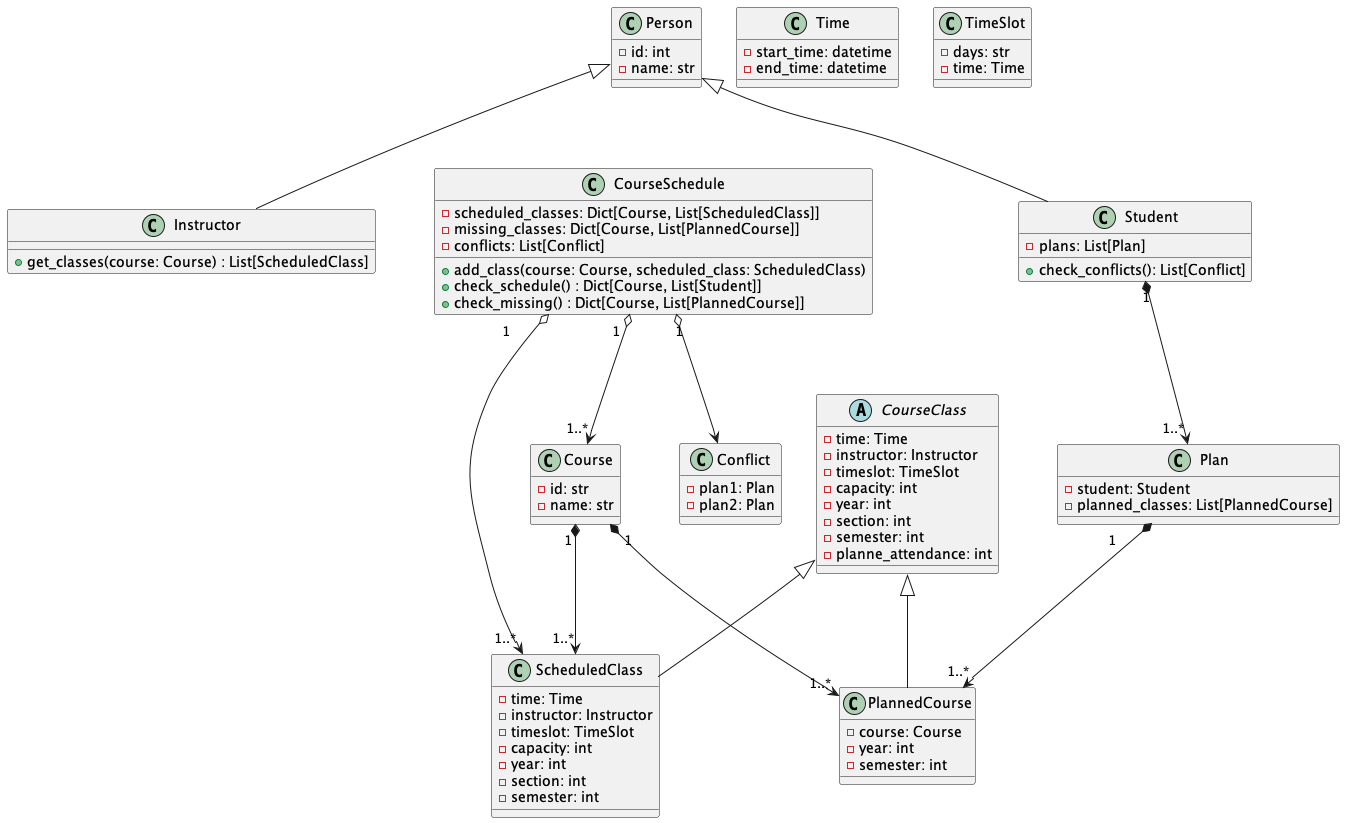
The PlantUML diagram out/uml/uml.png in ladew222/studentcourseplanner, before a commit.
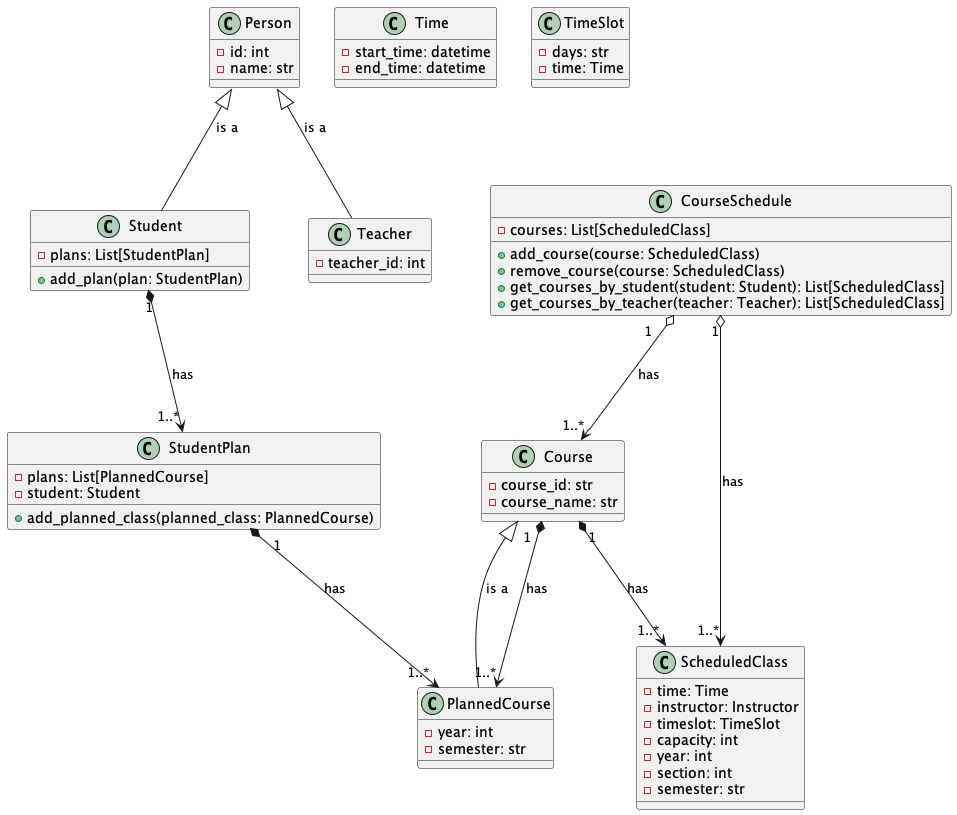
Above is the later version.

Commit message:
main update to find conflicts

Change to the diagram source:
```diff
@@ -1,4 +1,5 @@
 @startuml
+
 
 class Person {
     -id: int
@@ -6,28 +7,22 @@
 }
 
 class Student {
-    -plans: List[Plan]
-    +check_conflicts(): List[Conflict]
+    -plans: List[StudentPlan]
+    +add_plan(plan: StudentPlan)
 }
 
-class Instructor {
-    +get_classes(course: Course) : List[ScheduledClass]
+class Teacher {
+    -teacher_id: int
 }
 
 class Course {
-    -id: str
-    -name: str
+    -course_id: str
+    -course_name: str
 }
 
-abstract class CourseClass {
-    -time: Time
-    -instructor: Instructor
-    -timeslot: TimeSlot
-    -capacity: int
+class PlannedCourse {
     -year: int
-    -section: int
-    -semester: int
-    -planne_attendance: int
+    -semester: str
 }
 
 class ScheduledClass {
@@ -37,18 +32,15 @@
     -capacity: int
     -year: int
     -section: int
-    -semester: int
+    -semester: str
 }
 
-class Plan {
-    -student: Student
-    -planned_classes: List[PlannedCourse]
-}
-
-class PlannedCourse {
-    -course: Course
-    -year: int
-    -semester: int
+class CourseSchedule {
+    -courses: List[ScheduledClass]
+    +add_course(course: ScheduledClass)
+    +remove_course(course: ScheduledClass)
+    +get_courses_by_student(student: Student): List[ScheduledClass]
+    +get_courses_by_teacher(teacher: Teacher): List[ScheduledClass]
 }
 
 class Time {
@@ -61,34 +53,23 @@
     -time: Time
 }
 
-class CourseSchedule {
-    -scheduled_classes: Dict[Course, List[ScheduledClass]]
-    -missing_classes: Dict[Course, List[PlannedCourse]]
-    -conflicts: List[Conflict]
-    +add_class(course: Course, scheduled_class: ScheduledClass)
-    +check_schedule() : Dict[Course, List[Student]]
-    +check_missing() : Dict[Course, List[PlannedCourse]]
+class StudentPlan {
+    -plans: List[PlannedCourse]
+    -student: Student
+    +add_planned_class(planned_class: PlannedCourse)
 }
 
-class Conflict {
-    -plan1: Plan
-    -plan2: Plan
-}
+Person <|-- Student : is a
+Person <|-- Teacher : is a
 
-Person <|-- Student
-Person <|-- Instructor
+Course <|-- PlannedCourse : is a
 
-CourseClass <|-- ScheduledClass
-CourseClass <|-- PlannedCourse
+Student "1" *--> "1..*" StudentPlan : has
+StudentPlan "1" *--> "1..*" PlannedCourse : has
 
-Student "1" *--> "1..*" Plan
-Plan "1" *--> "1..*" PlannedCourse
-
-Course "1" *--> "1..*" ScheduledClass
-Course "1" *--> "1..*" PlannedCourse
-
-CourseSchedule "1" o--> "1..*" Course
-CourseSchedule "1" o--> "1..*" ScheduledClass
-CourseSchedule "1" o--> Conflict
+CourseSchedule "1" o--> "1..*" Course : has
+CourseSchedule "1" o--> "1..*" ScheduledClass : has
+Course "1" *--> "1..*" PlannedCourse : has
+Course "1" *--> "1..*" ScheduledClass : has
 
 @enduml
```
